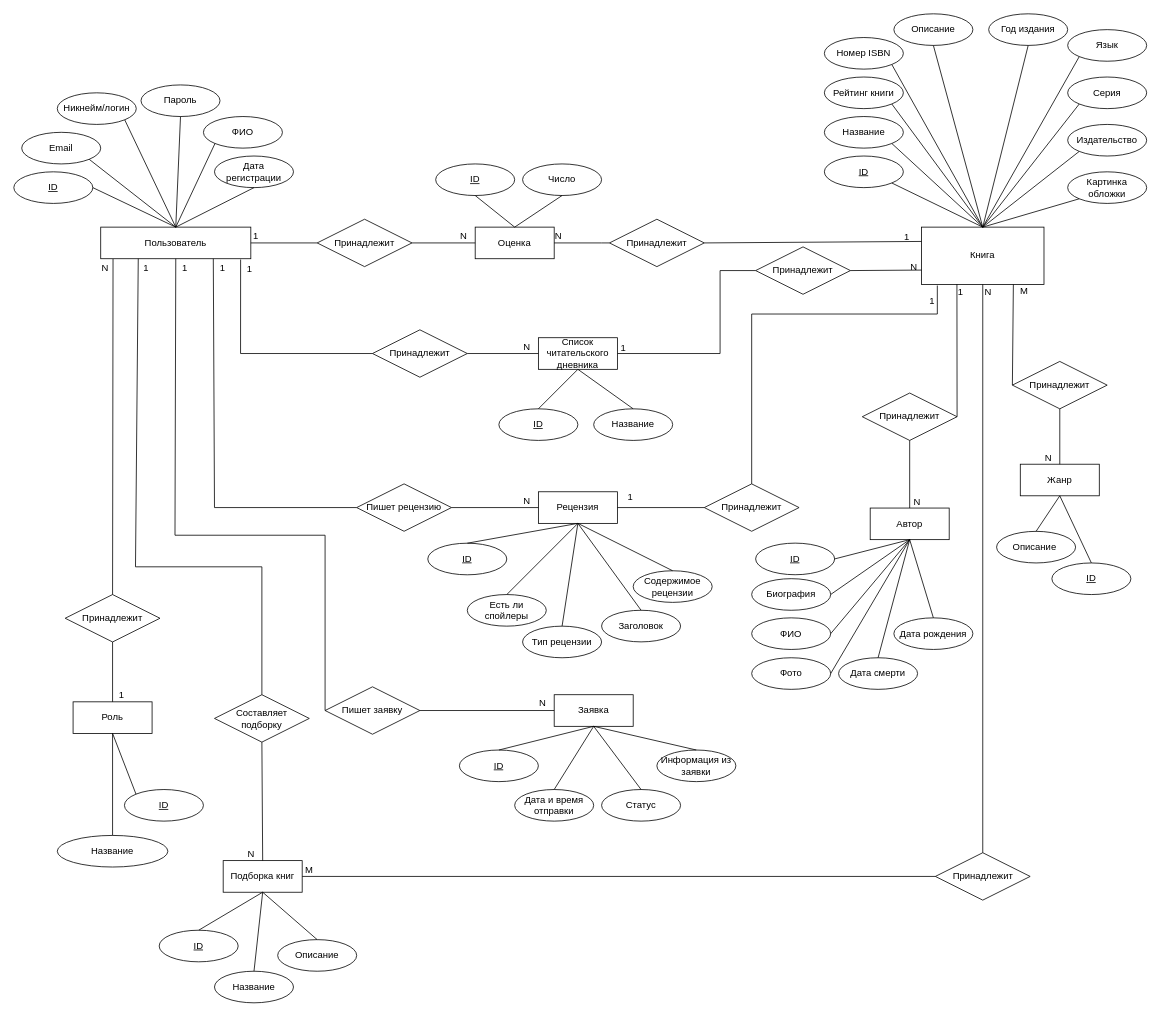
Before: page "Концептуальная модель БД" (4 of 6) of Documents/Diagrams (3).drawio in KomogortsevaYulia/CourseWork_CommunityLiteratureLovers_TRPK, a draw.io diagram. Source tidied: cells renumbered, new cells numbered last; positions are measured from the earlier drawing's top-left corner, leaving out a move shared by most shapes. Both pictures are drawn from the tidied source at 79%, with x=0, y=0 at pixel (13, 13).
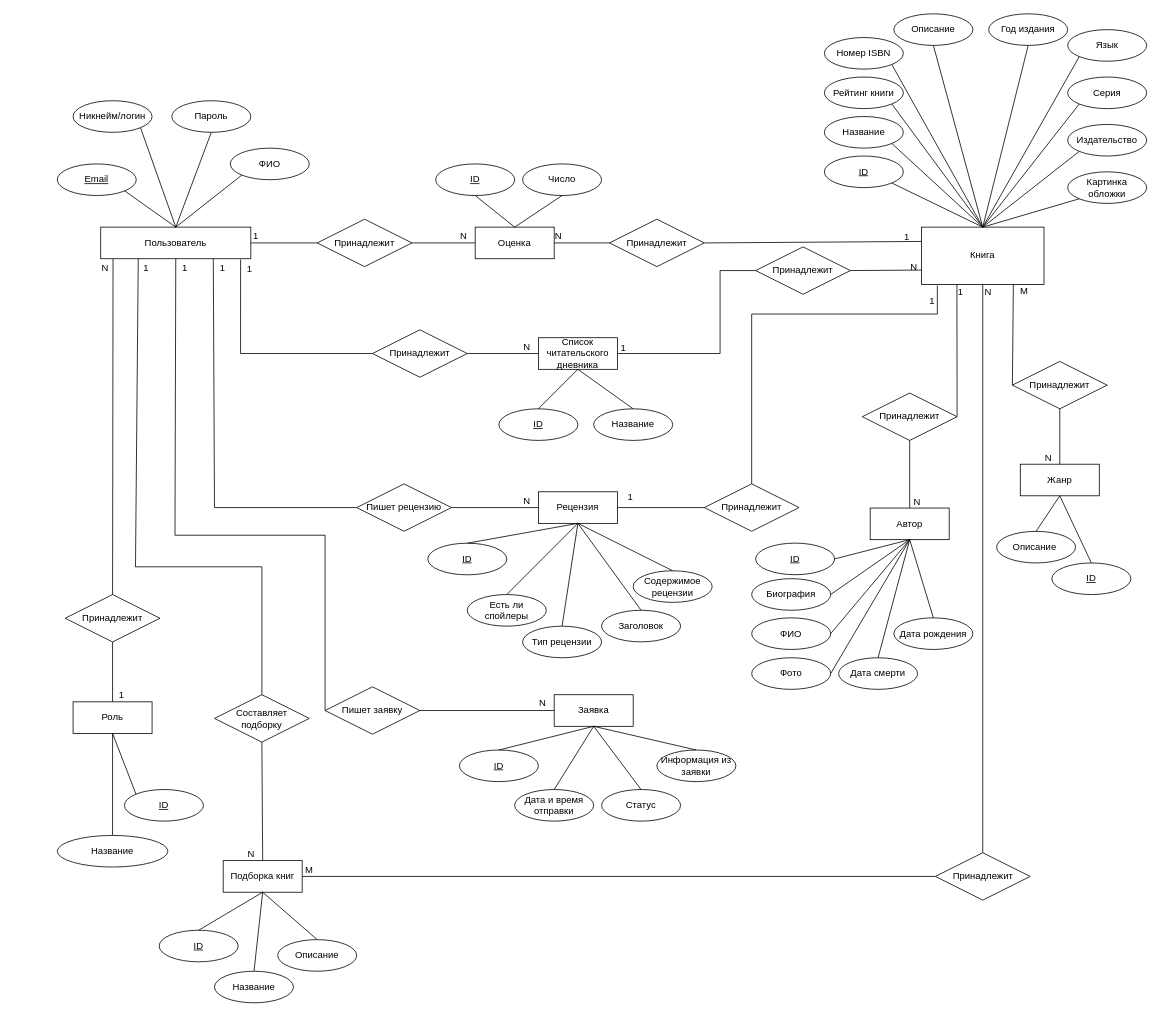
After the change.

The change refers to these unchanged cells:
```xml
<mxCell id="2" value="Пользователь" style="whiteSpace=wrap;html=1;align=center;" parent="1" vertex="1">
  <mxGeometry x="110" y="270" width="190" height="40" as="geometry" />
</mxCell>
```

Change to the diagram source:
```diff
@@
     <mxCell id="3" value="Никнейм/логин" style="ellipse;whiteSpace=wrap;html=1;align=center;" parent="1" vertex="1">
-      <mxGeometry x="55" y="100" width="100" height="40" as="geometry" />
+      <mxGeometry x="75" y="110" width="100" height="40" as="geometry" />
     </mxCell>
-    <mxCell id="4" value="Email" style="ellipse;whiteSpace=wrap;html=1;align=center;" parent="1" vertex="1">
-      <mxGeometry x="10" y="150" width="100" height="40" as="geometry" />
+    <mxCell id="4" value="&lt;u&gt;Email&lt;/u&gt;" style="ellipse;whiteSpace=wrap;html=1;align=center;" parent="1" vertex="1">
+      <mxGeometry x="55" y="190" width="100" height="40" as="geometry" />
     </mxCell>
-    <mxCell id="5" value="Дата регистрации" style="ellipse;whiteSpace=wrap;html=1;align=center;" parent="1" vertex="1">
-      <mxGeometry x="254" y="180" width="100" height="40" as="geometry" />
-    </mxCell>
     <mxCell id="6" value="Пароль" style="ellipse;whiteSpace=wrap;html=1;align=center;" parent="1" vertex="1">
-      <mxGeometry x="161" y="90" width="100" height="40" as="geometry" />
+      <mxGeometry x="200" y="110" width="100" height="40" as="geometry" />
     </mxCell>
-    <mxCell id="7" value="ID" style="ellipse;whiteSpace=wrap;html=1;align=center;fontStyle=4;" parent="1" vertex="1">
-      <mxGeometry y="200" width="100" height="40" as="geometry" />
-    </mxCell>
@@
-    <mxCell id="10" style="endArrow=none;html=1;rounded=0;entryX=0.5;entryY=1;entryDx=0;entryDy=0;exitX=0.5;exitY=0;exitDx=0;exitDy=0;" parent="1" edge="1" source="2" target="5">
-      <mxGeometry relative="1" as="geometry" />
-    </mxCell>
@@
-    <mxCell id="12" style="endArrow=none;html=1;rounded=0;entryX=1;entryY=0.5;entryDx=0;entryDy=0;exitX=0.5;exitY=0;exitDx=0;exitDy=0;" parent="1" edge="1" source="2" target="7">
-      <mxGeometry relative="1" as="geometry" />
-    </mxCell>
@@
     <mxCell id="154" value="ФИО" style="ellipse;whiteSpace=wrap;html=1;align=center;" parent="1" vertex="1">
-      <mxGeometry x="240" y="130" width="100" height="40" as="geometry" />
+      <mxGeometry x="274" y="170" width="100" height="40" as="geometry" />
     </mxCell>
```
